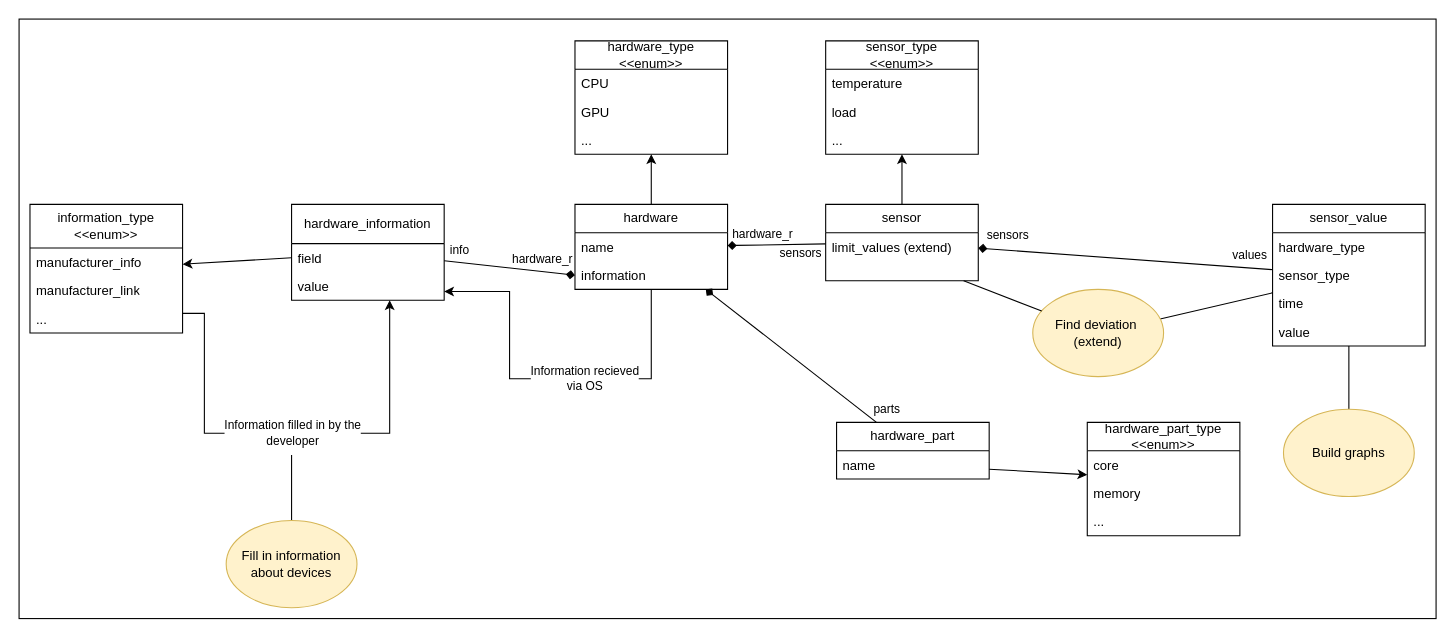
Above: Исходники/Диаграмма классов v2 0.drawio in Alekcey264/DiplomaVerevkin (draw.io), before the change. Source tidied: cells renumbered, new cells numbered last; positions are measured from the earlier drawing's top-left corner, leaving out a move shared by most shapes. Both pictures are drawn from the tidied source at 109%, with x=0, y=0 at pixel (19, 19).
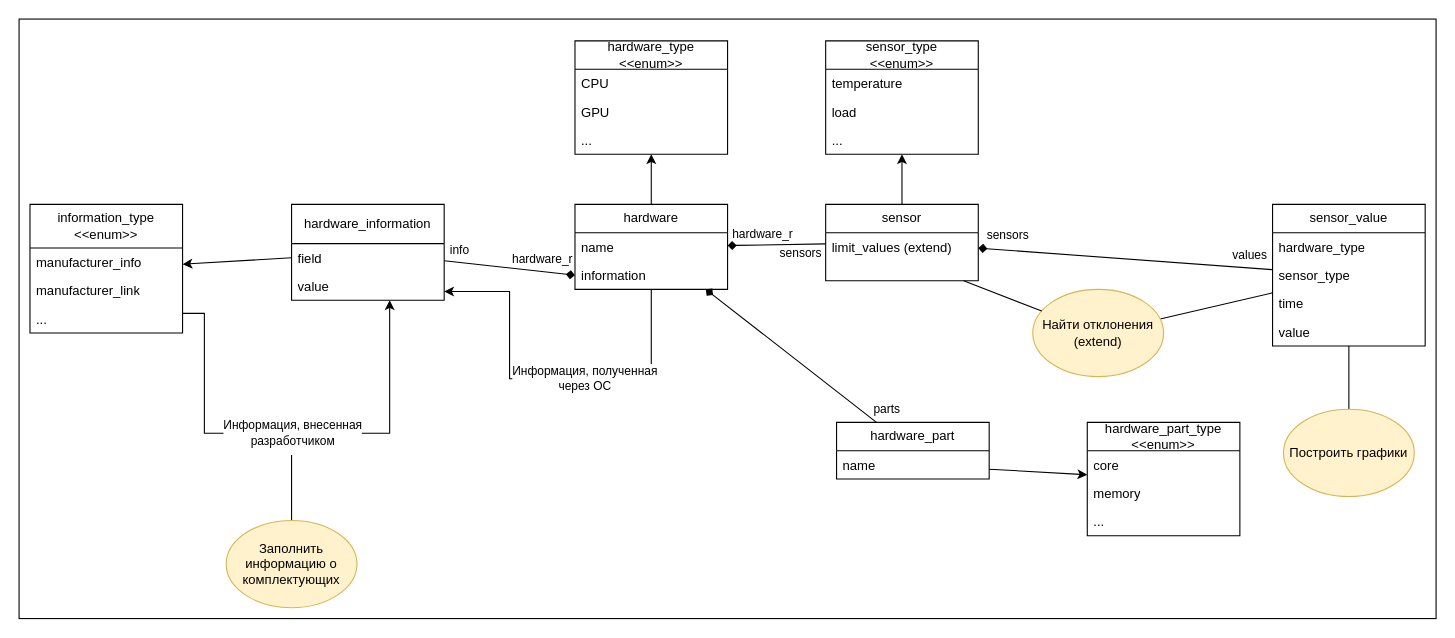
The same page after the edit.

Commit message (it also covers changes not shown here):
Update Classes diagram

Unchanged cells that the change refers to:
```xml
<mxCell id="8" value="information" style="text;strokeColor=none;fillColor=none;align=left;verticalAlign=top;spacingLeft=4;spacingRight=4;overflow=hidden;points=[[0,0.5],[1,0.5]];portConstraint=eastwest;whiteSpace=wrap;html=1;" parent="6" vertex="1">
  <mxGeometry y="52" width="140" height="26" as="geometry" />
</mxCell>
<mxCell id="9" value="hardware_information" style="swimlane;fontStyle=0;horizontal=1;startSize=36;fillColor=none;whiteSpace=wrap;html=1;" parent="1" vertex="1">
  <mxGeometry x="250" y="170" width="140" height="88" as="geometry" />
</mxCell>
<mxCell id="16" value="information_type&lt;br&gt;&amp;lt;&amp;lt;enum&amp;gt;&amp;gt;" style="swimlane;fontStyle=0;horizontal=1;startSize=40;fillColor=none;whiteSpace=wrap;html=1;" parent="1" vertex="1">
  <mxGeometry x="10" y="170" width="140" height="118" as="geometry" />
</mxCell>
```

What changed in the source:
```diff
@@
-    <mxCell id="15" value="Information filled in by the&lt;br&gt;developer" style="edgeStyle=orthogonalEdgeStyle;rounded=0;jettySize=auto;html=1;" parent="1" edge="1" source="16" target="9">
+    <mxCell id="15" value="Информация, внесенная&lt;br&gt;разработчиком" style="edgeStyle=orthogonalEdgeStyle;rounded=0;jettySize=auto;html=1;" parent="1" edge="1" source="16" target="9">
       <mxGeometry relative="1" as="geometry">
         <Array as="points">
           <mxPoint x="170" y="270" />
           <mxPoint x="170" y="380" />
           <mxPoint x="340" y="380" />
         </Array>
       </mxGeometry>
     </mxCell>
@@
-    <mxCell id="49" value="Build graphs" style="ellipse;whiteSpace=wrap;html=1;fillColor=#fff2cc;strokeColor=#d6b656;" parent="1" vertex="1">
+    <mxCell id="49" value="Построить графики" style="ellipse;whiteSpace=wrap;html=1;fillColor=#fff2cc;strokeColor=#d6b656;" parent="1" vertex="1">
       <mxGeometry x="1160" y="358" width="120" height="80" as="geometry" />
     </mxCell>
@@
-    <mxCell id="51" value="Find&amp;nbsp;deviation&amp;nbsp;&lt;br&gt;(extend)" style="ellipse;whiteSpace=wrap;html=1;fillColor=#fff2cc;strokeColor=#d6b656;" parent="1" vertex="1">
+    <mxCell id="51" value="Найти отклонения&lt;br&gt;(extend)" style="ellipse;whiteSpace=wrap;html=1;fillColor=#fff2cc;strokeColor=#d6b656;" parent="1" vertex="1">
       <mxGeometry x="930" y="248" width="120" height="80" as="geometry" />
     </mxCell>
@@
-    <mxCell id="53" value="Information recieved&lt;br&gt;via OS" style="edgeStyle=orthogonalEdgeStyle;rounded=0;jettySize=auto;html=1;" parent="1" edge="1" source="8" target="9">
+    <mxCell id="53" value="Информация, полученная&lt;br&gt;через ОС" style="edgeStyle=orthogonalEdgeStyle;rounded=0;jettySize=auto;html=1;" parent="1" edge="1" source="8" target="9">
       <mxGeometry x="-0.19" relative="1" as="geometry">
         <Array as="points">
           <mxPoint x="580" y="330" />
           <mxPoint x="450" y="330" />
           <mxPoint x="450" y="250" />
         </Array>
       </mxGeometry>
     </mxCell>
@@
-    <mxCell id="55" value="Fill in information about devices" style="ellipse;whiteSpace=wrap;html=1;fillColor=#fff2cc;strokeColor=#d6b656;" parent="1" vertex="1">
+    <mxCell id="55" value="Заполнить информацию о комплектующих" style="ellipse;whiteSpace=wrap;html=1;fillColor=#fff2cc;strokeColor=#d6b656;" parent="1" vertex="1">
       <mxGeometry x="190" y="460" width="120" height="80" as="geometry" />
     </mxCell>
```
